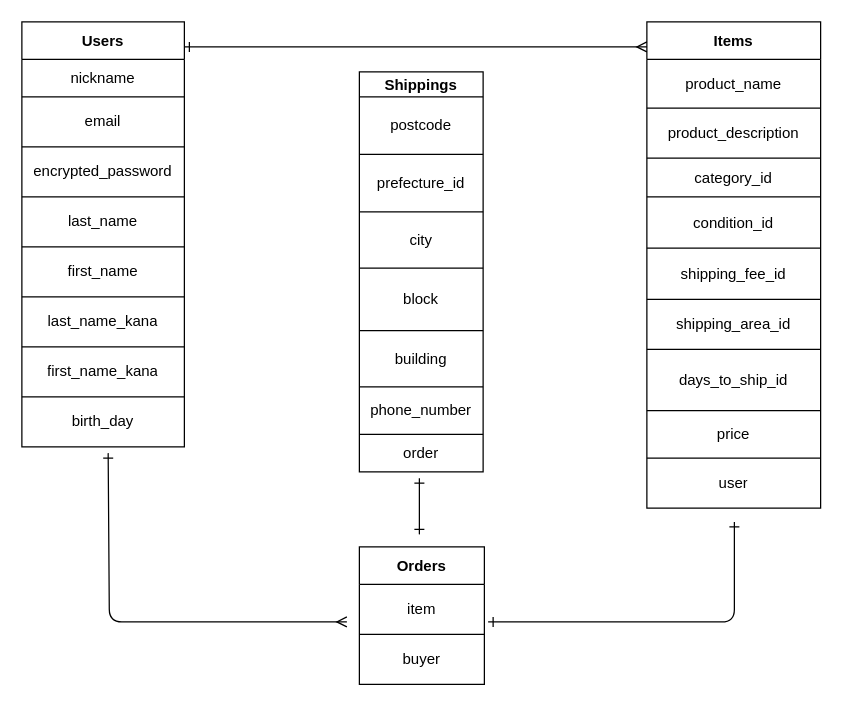
The draw.io diagram er.dio in NorioYama/furima-37321, before the edit. Source tidied: cells renumbered, new cells numbered last; positions are measured from the earlier drawing's top-left corner, leaving out a move shared by most shapes. Both pictures are drawn from the tidied source at 125%, with x=0, y=0 at pixel (21, 21).
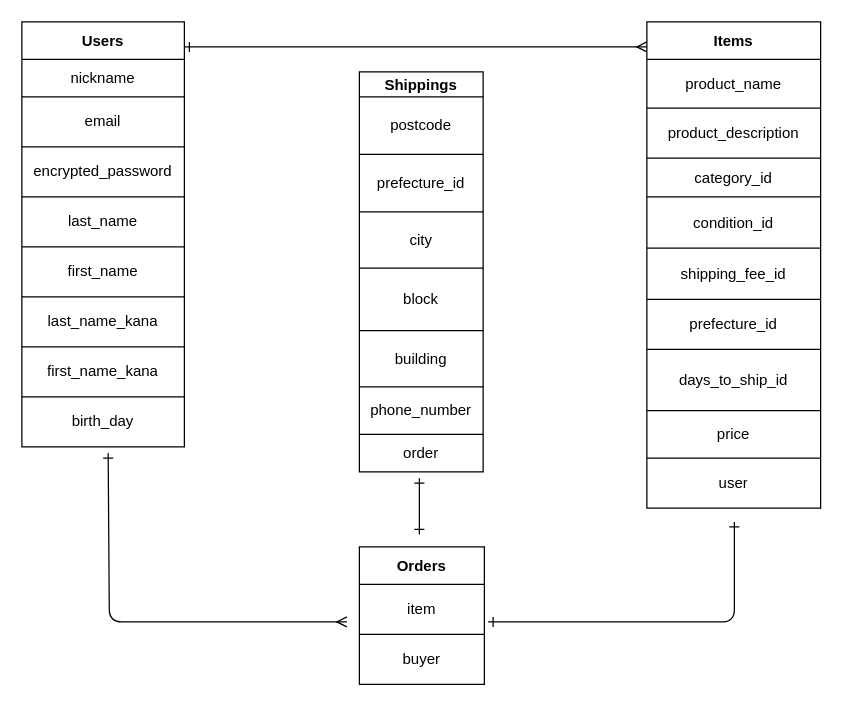
Above is the later version.

Commit message (it also covers changes not shown here):
ER図、READMEの作成3

Unchanged cells that the change refers to:
```xml
<mxCell id="31" style="shape=partialRectangle;html=1;whiteSpace=wrap;fillColor=none;top=0;left=0;bottom=0;right=0;" parent="20" vertex="1">
  <mxGeometry y="222" width="139" height="40" as="geometry" />
</mxCell>
```

Change to the diagram source:
```diff
@@
-    <mxCell id="32" value="shipping_area_id" style="shape=partialRectangle;html=1;whiteSpace=wrap;fillColor=none;top=0;left=0;bottom=0;right=0;overflow=hidden;" parent="31" vertex="1">
+    <mxCell id="32" value="prefecture_id" style="shape=partialRectangle;html=1;whiteSpace=wrap;fillColor=none;top=0;left=0;bottom=0;right=0;overflow=hidden;" parent="31" vertex="1">
       <mxGeometry width="139" height="40" as="geometry" />
     </mxCell>
```
